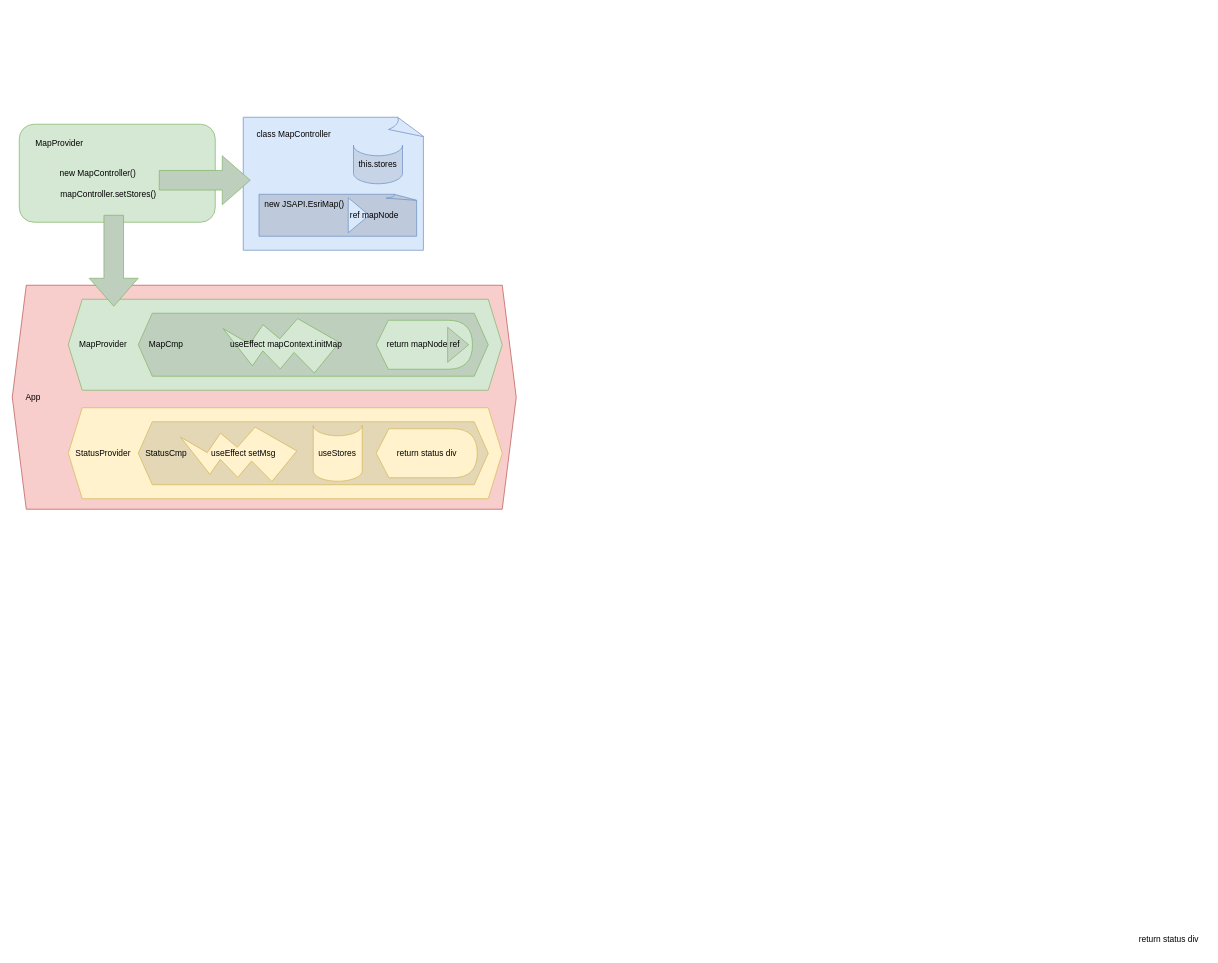
The draw.io diagram assets/React-Jsapi-Pattern.drawio in esride-nik/arcgis-jssdk_react_mobx_pattern, before the edit. Source tidied: cells renumbered, new cells numbered last; positions are measured from the earlier drawing's top-left corner, leaving out a move shared by most shapes. Both pictures are drawn from the tidied source at 70%, with x=0, y=0 at pixel (12, 117).
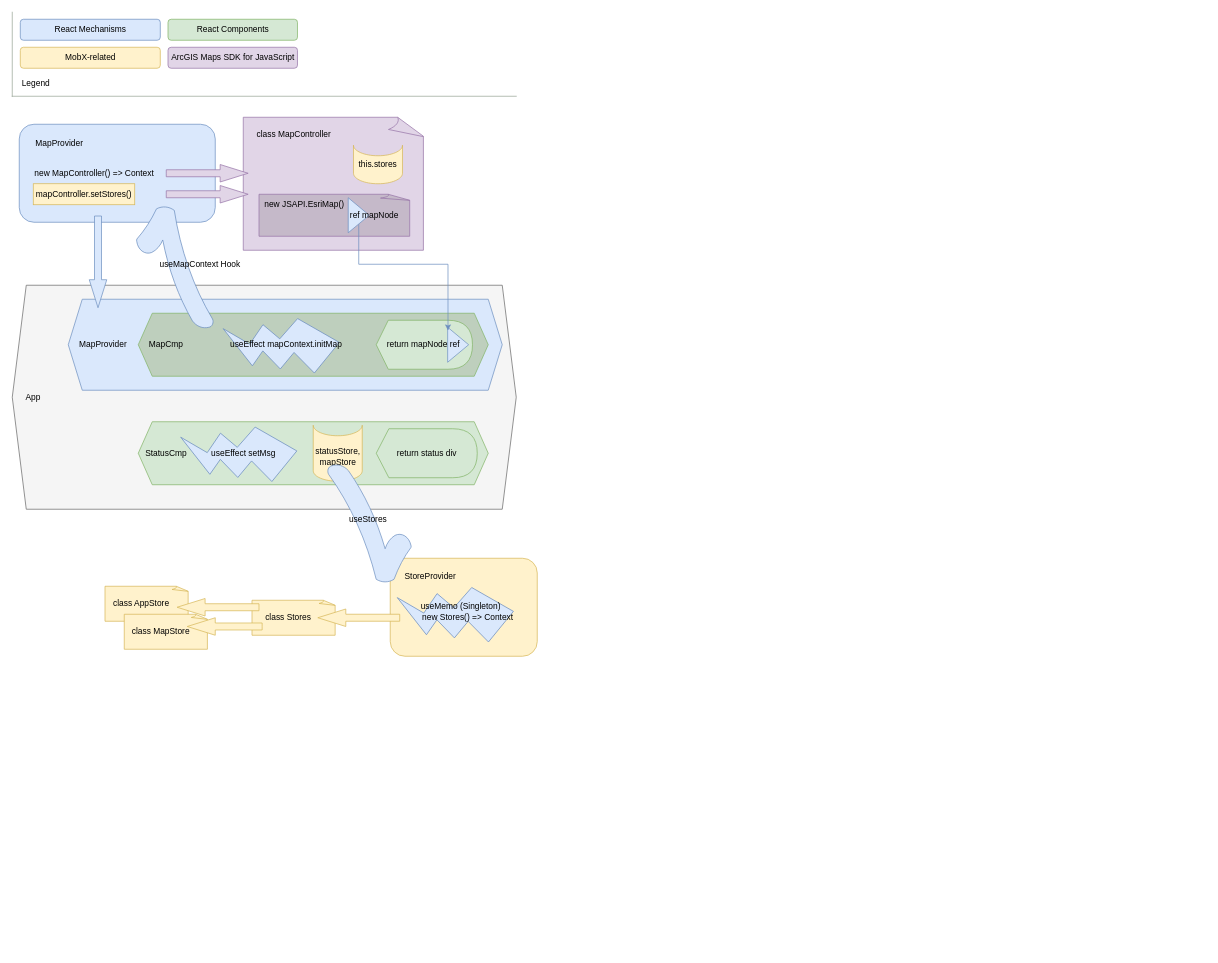
The same page after the edit.

Commit message (it also covers changes not shown here):
info graphic

Unchanged cells that the change refers to:
```xml
<mxCell id="29" style="triangle;whiteSpace=wrap;html=1;fillColor=#dae8fc;strokeColor=#6c8ebf;" parent="1" vertex="1">
  <mxGeometry x="480" y="115" width="30" height="50" as="geometry" />
</mxCell>
```

What changed in the source:
```diff
@@
+    <mxCell id="38" style="group;" parent="1" vertex="1">
+      <mxGeometry x="540" y="630" width="210" height="140" as="geometry" />
+    </mxCell>
+    <mxCell id="39" style="rounded=1;whiteSpace=wrap;html=1;fillColor=#fff2cc;strokeColor=#d6b656;" parent="38" vertex="1">
+      <mxGeometry width="210" height="140" as="geometry" />
+    </mxCell>
+    <mxCell id="40" value="StoreProvider" style="text;html=1;strokeColor=none;fillColor=none;align=center;verticalAlign=middle;whiteSpace=wrap;rounded=0;" parent="38" vertex="1">
+      <mxGeometry y="11" width="114.5" height="30" as="geometry" />
+    </mxCell>
+    <mxCell id="41" style="group;" parent="38" vertex="1">
+      <mxGeometry x="10" y="28.5" width="173.7" height="111.5" as="geometry" />
+    </mxCell>
+    <mxCell id="42" style="verticalLabelPosition=bottom;verticalAlign=top;html=1;shape=mxgraph.basic.flash;fillColor=#dae8fc;rotation=80;strokeColor=#6c8ebf;" parent="41" vertex="1">
+      <mxGeometry x="43.7" y="-24.3" width="85" height="160" as="geometry" />
+    </mxCell>
+    <mxCell id="43" value="useMemo (Singleton)" style="text;html=1;strokeColor=none;fillColor=none;align=center;verticalAlign=middle;whiteSpace=wrap;rounded=0;" parent="41" vertex="1">
+      <mxGeometry x="21.2" y="25.7" width="140" height="30" as="geometry" />
+    </mxCell>
+    <mxCell id="44" value="new Stores() =&amp;gt; Context" style="text;html=1;strokeColor=none;fillColor=none;align=left;verticalAlign=middle;whiteSpace=wrap;rounded=0;" parent="41" vertex="1">
+      <mxGeometry x="33.7" y="40.7" width="140" height="30" as="geometry" />
+    </mxCell>
-    <mxCell id="2" style="rounded=1;whiteSpace=wrap;html=1;fillColor=#d5e8d4;strokeColor=#82b366;" parent="1" vertex="1">
+    <mxCell id="2" style="rounded=1;whiteSpace=wrap;html=1;fillColor=#dae8fc;strokeColor=#6c8ebf;" parent="1" vertex="1">
       <mxGeometry x="10" y="10" width="280" height="140" as="geometry" />
     </mxCell>
-    <mxCell id="3" style="shape=hexagon;perimeter=hexagonPerimeter2;whiteSpace=wrap;html=1;fixedSize=1;fillColor=#f8cecc;strokeColor=#b85450;" parent="1" vertex="1">
+    <mxCell id="3" style="shape=hexagon;perimeter=hexagonPerimeter2;whiteSpace=wrap;html=1;fixedSize=1;fillColor=#f5f5f5;strokeColor=#666666;fontColor=#333333;" parent="1" vertex="1">
       <mxGeometry y="240" width="720" height="320" as="geometry" />
     </mxCell>
-    <mxCell id="4" style="shape=hexagon;perimeter=hexagonPerimeter2;whiteSpace=wrap;html=1;fixedSize=1;fillColor=#d5e8d4;strokeColor=#82b366;" parent="1" vertex="1">
+    <mxCell id="4" style="shape=hexagon;perimeter=hexagonPerimeter2;whiteSpace=wrap;html=1;fixedSize=1;fillColor=#dae8fc;strokeColor=#6c8ebf;" parent="1" vertex="1">
       <mxGeometry x="80" y="260" width="620" height="130" as="geometry" />
     </mxCell>
@@
-    <mxCell id="9" style="shape=hexagon;perimeter=hexagonPerimeter2;whiteSpace=wrap;html=1;fixedSize=1;fillColor=#fff2cc;strokeColor=#d6b656;" parent="1" vertex="1">
-      <mxGeometry x="80" y="415" width="620" height="130" as="geometry" />
-    </mxCell>
-    <mxCell id="10" style="shape=hexagon;perimeter=hexagonPerimeter2;whiteSpace=wrap;html=1;fixedSize=1;fillColor=#E3D7B6;strokeColor=#d6b656;" parent="1" vertex="1">
+    <mxCell id="10" style="shape=hexagon;perimeter=hexagonPerimeter2;whiteSpace=wrap;html=1;fixedSize=1;fillColor=#d5e8d4;strokeColor=#82b366;" parent="1" vertex="1">
       <mxGeometry x="180" y="435" width="500" height="90" as="geometry" />
     </mxCell>
-    <mxCell id="11" value="StatusProvider" style="text;html=1;strokeColor=none;fillColor=none;align=center;verticalAlign=middle;whiteSpace=wrap;rounded=0;" parent="1" vertex="1">
-      <mxGeometry x="100" y="465" width="60" height="30" as="geometry" />
-    </mxCell>
@@
-    <mxCell id="14" style="verticalLabelPosition=bottom;verticalAlign=top;html=1;shape=mxgraph.basic.flash;fillColor=#d5e8d4;rotation=80;strokeColor=#82b366;" parent="1" vertex="1">
+    <mxCell id="14" style="verticalLabelPosition=bottom;verticalAlign=top;html=1;shape=mxgraph.basic.flash;fillColor=#dae8fc;rotation=80;strokeColor=#6c8ebf;" parent="1" vertex="1">
       <mxGeometry x="345" y="250" width="85" height="160" as="geometry" />
     </mxCell>
@@
-    <mxCell id="16" style="shape=display;whiteSpace=wrap;html=1;fillColor=#fff2cc;strokeColor=#d6b656;size=0.125;" parent="1" vertex="1">
+    <mxCell id="16" style="shape=display;whiteSpace=wrap;html=1;fillColor=#d5e8d4;strokeColor=#82b366;size=0.125;" parent="1" vertex="1">
       <mxGeometry x="520" y="445" width="144.3" height="70" as="geometry" />
     </mxCell>
-    <mxCell id="17" value="return status div" style="text;html=1;strokeColor=none;fillColor=none;align=center;verticalAlign=middle;whiteSpace=wrap;rounded=0;" parent="1" vertex="1">
-      <mxGeometry x="1600" y="1160" width="105" height="30" as="geometry" />
-    </mxCell>
-    <mxCell id="18" style="verticalLabelPosition=bottom;verticalAlign=top;html=1;shape=mxgraph.basic.flash;fillColor=#fff2cc;rotation=80;strokeColor=#d6b656;" parent="1" vertex="1">
+    <mxCell id="18" style="verticalLabelPosition=bottom;verticalAlign=top;html=1;shape=mxgraph.basic.flash;fillColor=#dae8fc;rotation=80;strokeColor=#6c8ebf;" parent="1" vertex="1">
       <mxGeometry x="284.3" y="405" width="85" height="160" as="geometry" />
     </mxCell>
@@
-    <mxCell id="22" value="useStores" style="text;html=1;strokeColor=none;fillColor=none;align=center;verticalAlign=middle;whiteSpace=wrap;rounded=0;" parent="1" vertex="1">
-      <mxGeometry x="407" y="465" width="115" height="30" as="geometry" />
-    </mxCell>
-    <mxCell id="23" style="whiteSpace=wrap;html=1;shape=mxgraph.basic.document;fillColor=#dae8fc;strokeColor=#6c8ebf;" parent="1" vertex="1">
+    <mxCell id="23" style="whiteSpace=wrap;html=1;shape=mxgraph.basic.document;fillColor=#e1d5e7;strokeColor=#9673a6;" parent="1" vertex="1">
       <mxGeometry x="330" width="260" height="190" as="geometry" />
     </mxCell>
@@
-    <mxCell id="25" style="triangle;whiteSpace=wrap;html=1;fillColor=#C2D4C1;strokeColor=#82b366;" parent="1" vertex="1">
+    <mxCell id="25" style="triangle;whiteSpace=wrap;html=1;fillColor=#dae8fc;strokeColor=#6c8ebf;" parent="1" vertex="1">
       <mxGeometry x="622" y="300" width="30" height="50" as="geometry" />
     </mxCell>
@@
-    <mxCell id="27" style="whiteSpace=wrap;html=1;shape=mxgraph.basic.document;fillColor=#BECADB;strokeColor=#6c8ebf;" parent="1" vertex="1">
-      <mxGeometry x="352.5" y="110" width="227.5" height="60" as="geometry" />
+    <mxCell id="27" style="whiteSpace=wrap;html=1;shape=mxgraph.basic.document;fillColor=#C5B9C9;strokeColor=#9673a6;" parent="1" vertex="1">
+      <mxGeometry x="352.5" y="110" width="217.5" height="60" as="geometry" />
     </mxCell>
@@
+    <mxCell id="45" style="edgeStyle=orthogonalEdgeStyle;rounded=0;jettySize=auto;html=1;entryX=0.017;entryY=0.093;entryDx=0;entryDy=0;entryPerimeter=0;fillColor=#dae8fc;strokeColor=#6c8ebf;" parent="1" edge="1" source="29" target="25">
+      <mxGeometry relative="1" as="geometry">
+        <Array as="points">
+          <mxPoint x="495" y="210" />
+          <mxPoint x="623" y="210" />
+        </Array>
+      </mxGeometry>
+    </mxCell>
@@
-    <mxCell id="31" style="shape=cylinder3;whiteSpace=wrap;html=1;boundedLbl=1;backgroundOutline=1;size=15;lid=0;fillColor=#C7D3E6;strokeColor=#6c8ebf;" parent="1" vertex="1">
+    <mxCell id="31" style="shape=cylinder3;whiteSpace=wrap;html=1;boundedLbl=1;backgroundOutline=1;size=15;lid=0;fillColor=#fff2cc;strokeColor=#d6b656;" parent="1" vertex="1">
       <mxGeometry x="487.5" y="40" width="70" height="55" as="geometry" />
     </mxCell>
@@
-    <mxCell id="34" value="new MapController()" style="text;html=1;strokeColor=none;fillColor=none;align=center;verticalAlign=middle;whiteSpace=wrap;rounded=0;" parent="1" vertex="1">
-      <mxGeometry x="65" y="65" width="115" height="30" as="geometry" />
+    <mxCell id="34" value="new MapController() =&amp;gt; Context" style="text;html=1;strokeColor=none;fillColor=none;align=left;verticalAlign=middle;whiteSpace=wrap;rounded=0;" parent="1" vertex="1">
+      <mxGeometry x="30" y="65" width="190" height="30" as="geometry" />
     </mxCell>
-    <mxCell id="35" value="mapController.setStores()" style="text;html=1;strokeColor=none;fillColor=none;align=center;verticalAlign=middle;whiteSpace=wrap;rounded=0;" parent="1" vertex="1">
-      <mxGeometry x="80" y="95" width="115" height="30" as="geometry" />
+    <mxCell id="35" value="mapController.setStores()" style="text;html=1;strokeColor=#d6b656;fillColor=#fff2cc;align=center;verticalAlign=middle;whiteSpace=wrap;rounded=0;" parent="1" vertex="1">
+      <mxGeometry x="30" y="95" width="145" height="30" as="geometry" />
     </mxCell>
-    <mxCell id="36" style="html=1;shadow=0;dashed=0;align=center;verticalAlign=middle;shape=mxgraph.arrows2.arrow;dy=0.6;dx=40;notch=0;fillColor=#BECFBD;strokeColor=#82b366;" parent="1" vertex="1">
-      <mxGeometry x="210" y="55" width="130" height="70" as="geometry" />
+    <mxCell id="36" style="html=1;shadow=0;dashed=0;align=center;verticalAlign=middle;shape=mxgraph.arrows2.arrow;dy=0.6;dx=40;notch=0;fillColor=#e1d5e7;strokeColor=#9673a6;" parent="1" vertex="1">
+      <mxGeometry x="220" y="67.5" width="117" height="25" as="geometry" />
     </mxCell>
-    <mxCell id="37" style="html=1;shadow=0;dashed=0;align=center;verticalAlign=middle;shape=mxgraph.arrows2.arrow;dy=0.6;dx=40;notch=0;fillColor=#BECFBD;strokeColor=#82b366;rotation=90;" parent="1" vertex="1">
-      <mxGeometry x="80" y="170" width="130" height="70" as="geometry" />
-    </mxCell>
+    <mxCell id="46" style="verticalLabelPosition=bottom;verticalAlign=top;html=1;shape=mxgraph.basic.tick;strokeColor=#6c8ebf;fillColor=#dae8fc;rotation=-175;flipH=1;" parent="1" vertex="1">
+      <mxGeometry x="174.4" y="128.6" width="119.5" height="170" as="geometry" />
+    </mxCell>
+    <mxCell id="47" value="useMapContext Hook" style="text;html=1;strokeColor=none;fillColor=none;align=center;verticalAlign=middle;whiteSpace=wrap;rounded=0;" parent="1" vertex="1">
+      <mxGeometry x="207" y="195.8" width="123" height="30" as="geometry" />
+    </mxCell>
+    <mxCell id="48" style="html=1;shadow=0;dashed=0;align=center;verticalAlign=middle;shape=mxgraph.arrows2.arrow;dy=0.6;dx=40;notch=0;fillColor=#e1d5e7;strokeColor=#9673a6;" parent="1" vertex="1">
+      <mxGeometry x="220" y="97.5" width="117" height="25" as="geometry" />
+    </mxCell>
+    <mxCell id="49" value="statusStore,&lt;br&gt;mapStore" style="text;html=1;strokeColor=none;fillColor=none;align=center;verticalAlign=middle;whiteSpace=wrap;rounded=0;" parent="1" vertex="1">
+      <mxGeometry x="407.5" y="470" width="115" height="30" as="geometry" />
+    </mxCell>
+    <mxCell id="50" style="html=1;shadow=0;dashed=0;align=center;verticalAlign=middle;shape=mxgraph.arrows2.arrow;dy=0.6;dx=40;notch=0;fillColor=#dae8fc;strokeColor=#6c8ebf;rotation=90;" parent="1" vertex="1">
+      <mxGeometry x="57" y="194.1" width="131" height="25" as="geometry" />
+    </mxCell>
+    <mxCell id="51" style="group;" parent="1" vertex="1">
+      <mxGeometry x="450.5" y="495" width="119.5" height="170" as="geometry" />
+    </mxCell>
+    <mxCell id="52" style="verticalLabelPosition=bottom;verticalAlign=top;html=1;shape=mxgraph.basic.tick;strokeColor=#6c8ebf;fillColor=#dae8fc;rotation=0;flipH=1;" parent="51" vertex="1">
+      <mxGeometry width="119.5" height="170" as="geometry" />
+    </mxCell>
+    <mxCell id="22" value="useStores" style="text;html=1;strokeColor=none;fillColor=none;align=center;verticalAlign=middle;whiteSpace=wrap;rounded=0;" parent="51" vertex="1">
+      <mxGeometry y="65" width="115" height="30" as="geometry" />
+    </mxCell>
+    <mxCell id="53" style="whiteSpace=wrap;html=1;shape=mxgraph.basic.document;fillColor=#fff2cc;strokeColor=#d6b656;" parent="1" vertex="1">
+      <mxGeometry x="342.5" y="690" width="120" height="50" as="geometry" />
+    </mxCell>
+    <mxCell id="54" value="class Stores" style="text;html=1;strokeColor=none;fillColor=none;align=center;verticalAlign=middle;whiteSpace=wrap;rounded=0;" parent="1" vertex="1">
+      <mxGeometry x="337" y="700" width="114.5" height="30" as="geometry" />
+    </mxCell>
+    <mxCell id="55" style="html=1;shadow=0;dashed=0;align=center;verticalAlign=middle;shape=mxgraph.arrows2.arrow;dy=0.6;dx=40;notch=0;fillColor=#fff2cc;strokeColor=#d6b656;rotation=-180;" parent="1" vertex="1">
+      <mxGeometry x="436.5" y="702.5" width="117" height="25" as="geometry" />
+    </mxCell>
+    <mxCell id="56" style="whiteSpace=wrap;html=1;shape=mxgraph.basic.document;fillColor=#fff2cc;strokeColor=#d6b656;" parent="1" vertex="1">
+      <mxGeometry x="132.5" y="670" width="120" height="50" as="geometry" />
+    </mxCell>
+    <mxCell id="57" value="class AppStore" style="text;html=1;strokeColor=none;fillColor=none;align=center;verticalAlign=middle;whiteSpace=wrap;rounded=0;" parent="1" vertex="1">
+      <mxGeometry x="127" y="680" width="114.5" height="30" as="geometry" />
+    </mxCell>
+    <mxCell id="58" style="whiteSpace=wrap;html=1;shape=mxgraph.basic.document;fillColor=#fff2cc;strokeColor=#d6b656;" parent="1" vertex="1">
+      <mxGeometry x="160" y="710" width="120" height="50" as="geometry" />
+    </mxCell>
+    <mxCell id="59" value="class MapStore" style="text;html=1;strokeColor=none;fillColor=none;align=center;verticalAlign=middle;whiteSpace=wrap;rounded=0;" parent="1" vertex="1">
+      <mxGeometry x="154.5" y="720" width="114.5" height="30" as="geometry" />
+    </mxCell>
+    <mxCell id="60" style="html=1;shadow=0;dashed=0;align=center;verticalAlign=middle;shape=mxgraph.arrows2.arrow;dy=0.6;dx=40;notch=0;fillColor=#fff2cc;strokeColor=#d6b656;rotation=-180;" parent="1" vertex="1">
+      <mxGeometry x="235.5" y="687.5" width="117" height="25" as="geometry" />
+    </mxCell>
+    <mxCell id="61" style="html=1;shadow=0;dashed=0;align=center;verticalAlign=middle;shape=mxgraph.arrows2.arrow;dy=0.6;dx=40;notch=0;fillColor=#fff2cc;strokeColor=#d6b656;rotation=-180;" parent="1" vertex="1">
+      <mxGeometry x="250" y="715" width="107" height="25" as="geometry" />
+    </mxCell>
+    <mxCell id="62" value="React Mechanisms" style="rounded=1;whiteSpace=wrap;html=1;fillColor=#dae8fc;strokeColor=#6c8ebf;" parent="1" vertex="1">
+      <mxGeometry x="11.5" y="-140" width="200" height="30" as="geometry" />
+    </mxCell>
+    <mxCell id="63" value="MobX-related" style="rounded=1;whiteSpace=wrap;html=1;fillColor=#fff2cc;strokeColor=#d6b656;" parent="1" vertex="1">
+      <mxGeometry x="11.5" y="-100" width="200" height="30" as="geometry" />
+    </mxCell>
+    <mxCell id="64" value="React Components" style="rounded=1;whiteSpace=wrap;html=1;fillColor=#d5e8d4;strokeColor=#82b366;" parent="1" vertex="1">
+      <mxGeometry x="222.5" y="-140" width="185" height="30" as="geometry" />
+    </mxCell>
+    <mxCell id="65" value="ArcGIS Maps SDK for JavaScript" style="rounded=1;whiteSpace=wrap;html=1;fillColor=#e1d5e7;strokeColor=#9673a6;" parent="1" vertex="1">
+      <mxGeometry x="222.5" y="-100" width="185" height="30" as="geometry" />
+    </mxCell>
+    <mxCell id="66" style="shape=partialRectangle;whiteSpace=wrap;html=1;bottom=0;right=0;fillColor=none;strokeColor=#95A394;flipH=0;flipV=1;" parent="1" vertex="1">
+      <mxGeometry y="-150" width="720" height="120" as="geometry" />
+    </mxCell>
+    <mxCell id="67" value="Legend" style="text;html=1;strokeColor=none;fillColor=none;align=left;verticalAlign=middle;whiteSpace=wrap;rounded=0;" parent="1" vertex="1">
+      <mxGeometry x="11.5" y="-63" width="123" height="30" as="geometry" />
+    </mxCell>
```
